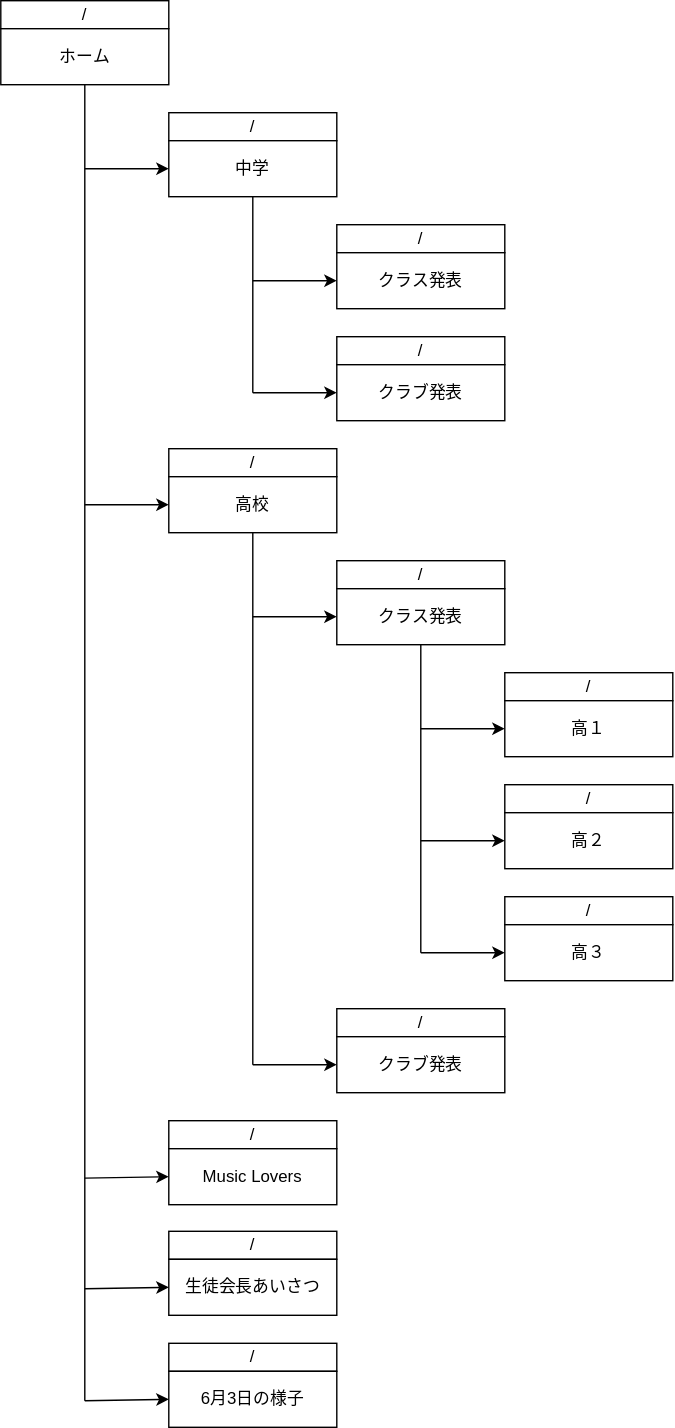
Before: サイトマップ.drawio.svg, a diagram exported from draw.io (kk79it/ys-fes-2022-docs). Source tidied: cells renumbered, new cells last; positions are measured from the earlier drawing's top-left corner, leaving out a move shared by most shapes.
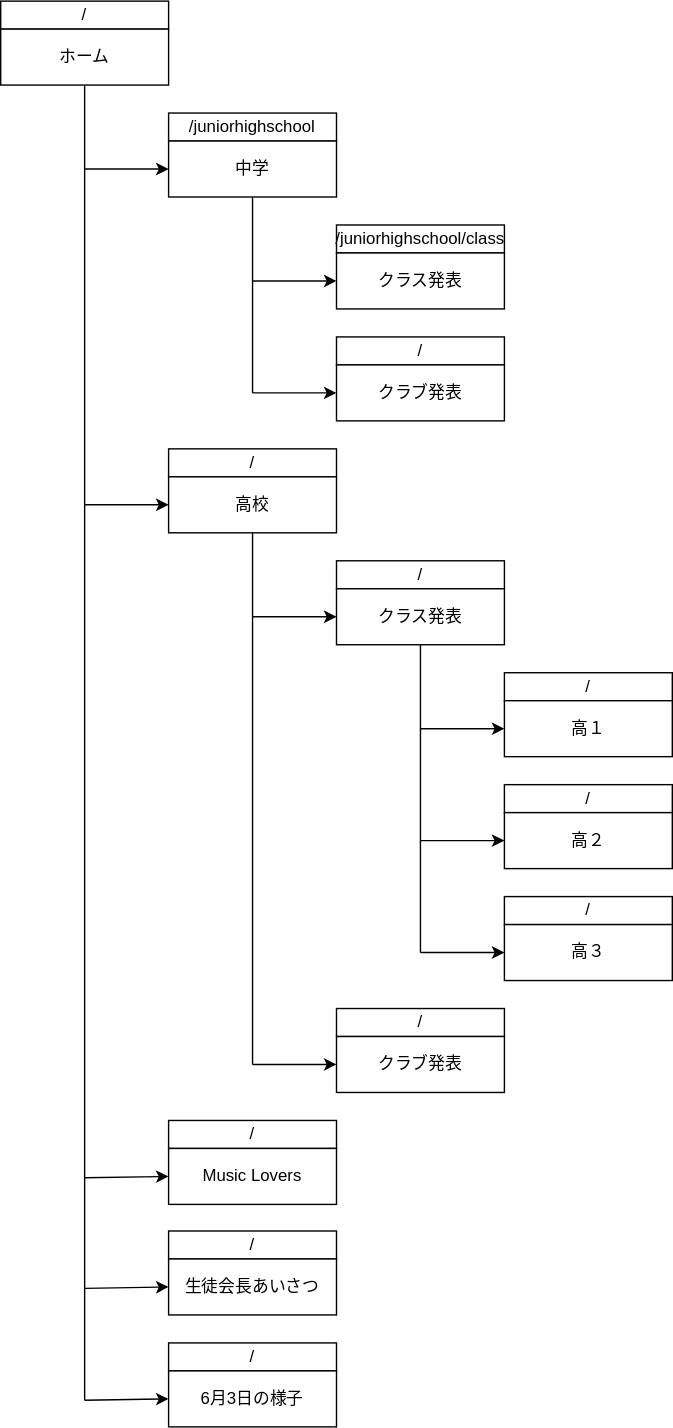
After the change.

Commit message:
サイトマップ.drawio.svg を更新します

Change to the diagram source:
```diff
@@ -14,7 +14,7 @@
     <mxCell id="5" value="/" style="group;" parent="1" vertex="1">
       <mxGeometry x="120" y="80" width="120" height="60" as="geometry" />
     </mxCell>
-    <mxCell id="6" value="/" style="rounded=0;whiteSpace=wrap;html=1;" parent="5" vertex="1">
+    <mxCell id="6" value="/juniorhighschool" style="rounded=0;whiteSpace=wrap;html=1;" parent="5" vertex="1">
       <mxGeometry width="120" height="20" as="geometry" />
     </mxCell>
     <mxCell id="7" value="中学" style="rounded=0;whiteSpace=wrap;html=1;" parent="5" vertex="1">
@@ -23,7 +23,7 @@
     <mxCell id="8" value="/" style="group;" parent="1" vertex="1">
       <mxGeometry x="240" y="160" width="120" height="60" as="geometry" />
     </mxCell>
-    <mxCell id="9" value="/" style="rounded=0;whiteSpace=wrap;html=1;" parent="8" vertex="1">
+    <mxCell id="9" value="/juniorhighschool/class" style="rounded=0;whiteSpace=wrap;html=1;" parent="8" vertex="1">
       <mxGeometry width="120" height="20" as="geometry" />
     </mxCell>
     <mxCell id="10" value="クラス発表" style="rounded=0;whiteSpace=wrap;html=1;" parent="8" vertex="1">
```
